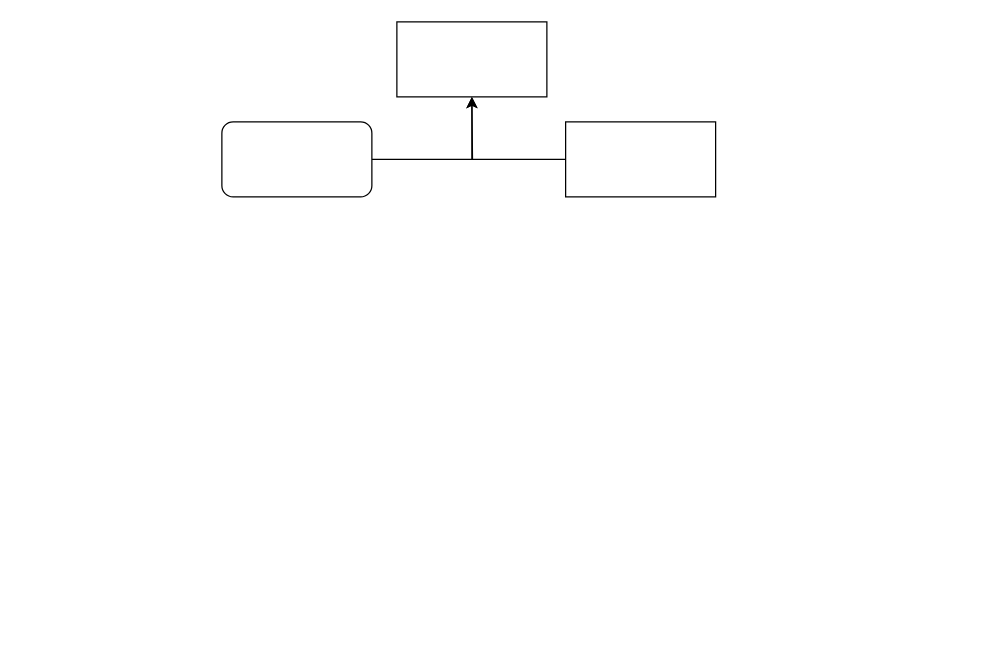
This is 未命名绘图.drawio from panyuming000/Repositiry, a draw.io file, before an edit. Source tidied: cells renumbered, new cells numbered last; positions are measured from the earlier drawing's top-left corner, leaving out a move shared by most shapes. Both pictures are drawn from the tidied source at 125%, with x=0, y=0 at pixel (221, 21).
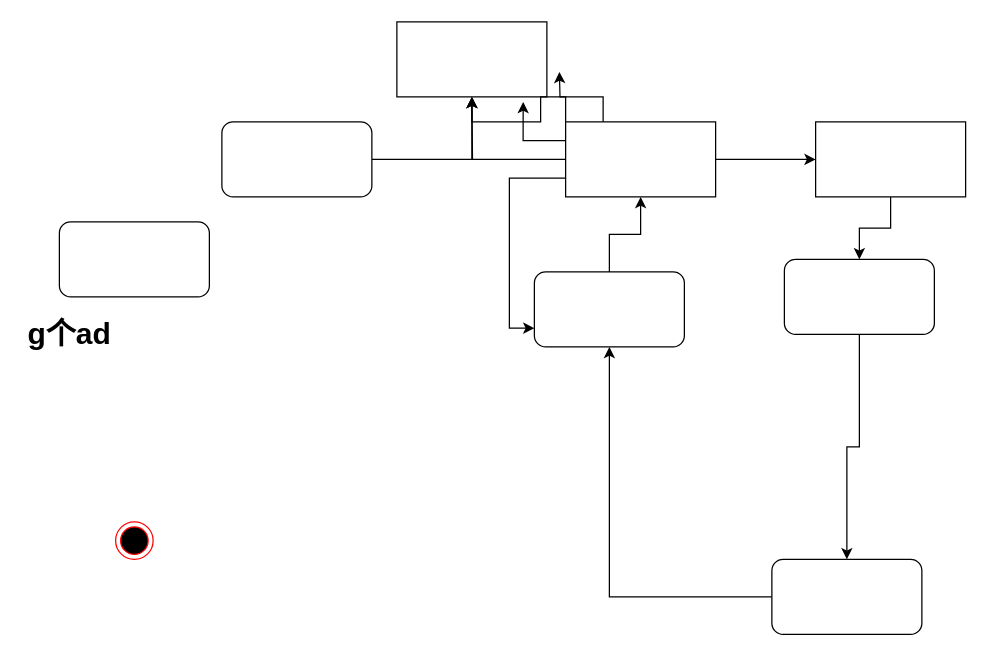
The same page after the edit.

Commit message (it also covers changes not shown here):
更新未命名绘图.drawio

Unchanged cells that the change refers to:
```xml
<mxCell id="2" style="rounded=0;whiteSpace=wrap;html=1;" parent="1" vertex="1">
  <mxGeometry x="140" width="120" height="60" as="geometry" />
</mxCell>
<mxCell id="6" style="rounded=0;whiteSpace=wrap;html=1;" parent="1" vertex="1">
  <mxGeometry x="275" y="80" width="120" height="60" as="geometry" />
</mxCell>
```

The edit, as a diff of the source:
```diff
@@
+    <mxCell id="7" style="edgeStyle=orthogonalEdgeStyle;rounded=0;jettySize=auto;html=1;" parent="1" edge="1" source="6" target="20">
+      <mxGeometry relative="1" as="geometry" />
+    </mxCell>
+    <mxCell id="8" style="edgeStyle=orthogonalEdgeStyle;rounded=0;jettySize=auto;html=1;exitX=0;exitY=0.75;exitDx=0;exitDy=0;entryX=0;entryY=0.75;entryDx=0;entryDy=0;" parent="1" edge="1" source="6" target="14">
+      <mxGeometry relative="1" as="geometry" />
+    </mxCell>
+    <mxCell id="9" style="edgeStyle=orthogonalEdgeStyle;rounded=0;jettySize=auto;html=1;exitX=0;exitY=0.25;exitDx=0;exitDy=0;entryX=0.842;entryY=1.067;entryDx=0;entryDy=0;entryPerimeter=0;" parent="1" edge="1" source="6" target="2">
+      <mxGeometry relative="1" as="geometry" />
+    </mxCell>
+    <mxCell id="10" style="edgeStyle=orthogonalEdgeStyle;rounded=0;jettySize=auto;html=1;exitX=0;exitY=0;exitDx=0;exitDy=0;" parent="1" edge="1" source="6" target="2">
+      <mxGeometry relative="1" as="geometry" />
+    </mxCell>
+    <mxCell id="11" style="edgeStyle=orthogonalEdgeStyle;rounded=0;jettySize=auto;html=1;exitX=0.25;exitY=0;exitDx=0;exitDy=0;" parent="1" edge="1" source="6">
+      <mxGeometry relative="1" as="geometry">
+        <mxPoint x="270" y="40" as="targetPoint" />
+      </mxGeometry>
+    </mxCell>
@@
+    <mxCell id="12" style="rounded=1;whiteSpace=wrap;html=1;" parent="1" vertex="1">
+      <mxGeometry x="-130" y="160" width="120" height="60" as="geometry" />
+    </mxCell>
+    <mxCell id="13" style="edgeStyle=orthogonalEdgeStyle;rounded=0;jettySize=auto;html=1;" parent="1" edge="1" source="14" target="6">
+      <mxGeometry relative="1" as="geometry" />
+    </mxCell>
+    <mxCell id="14" style="rounded=1;whiteSpace=wrap;html=1;" parent="1" vertex="1">
+      <mxGeometry x="250" y="200" width="120" height="60" as="geometry" />
+    </mxCell>
+    <mxCell id="15" style="edgeStyle=orthogonalEdgeStyle;rounded=0;jettySize=auto;html=1;" parent="1" edge="1" source="16" target="14">
+      <mxGeometry relative="1" as="geometry" />
+    </mxCell>
+    <mxCell id="16" style="rounded=1;whiteSpace=wrap;html=1;" parent="1" vertex="1">
+      <mxGeometry x="440" y="430" width="120" height="60" as="geometry" />
+    </mxCell>
+    <mxCell id="17" style="edgeStyle=orthogonalEdgeStyle;rounded=0;jettySize=auto;html=1;" parent="1" edge="1" source="18" target="16">
+      <mxGeometry relative="1" as="geometry" />
+    </mxCell>
+    <mxCell id="18" style="rounded=1;whiteSpace=wrap;html=1;" parent="1" vertex="1">
+      <mxGeometry x="450" y="190" width="120" height="60" as="geometry" />
+    </mxCell>
+    <mxCell id="19" style="edgeStyle=orthogonalEdgeStyle;rounded=0;jettySize=auto;html=1;" parent="1" edge="1" source="20" target="18">
+      <mxGeometry relative="1" as="geometry" />
+    </mxCell>
+    <mxCell id="20" style="whiteSpace=wrap;html=1;rounded=0;" parent="1" vertex="1">
+      <mxGeometry x="475" y="80" width="120" height="60" as="geometry" />
+    </mxCell>
+    <mxCell id="21" style="ellipse;html=1;shape=endState;fillColor=#000000;strokeColor=#ff0000;" parent="1" vertex="1">
+      <mxGeometry x="-85" y="400" width="30" height="30" as="geometry" />
+    </mxCell>
+    <mxCell id="22" value="&lt;h1&gt;g个ad&lt;/h1&gt;" style="text;html=1;strokeColor=none;fillColor=none;spacing=5;spacingTop=-20;whiteSpace=wrap;overflow=hidden;rounded=0;" parent="1" vertex="1">
+      <mxGeometry x="-160" y="230" width="190" height="120" as="geometry" />
+    </mxCell>
```
